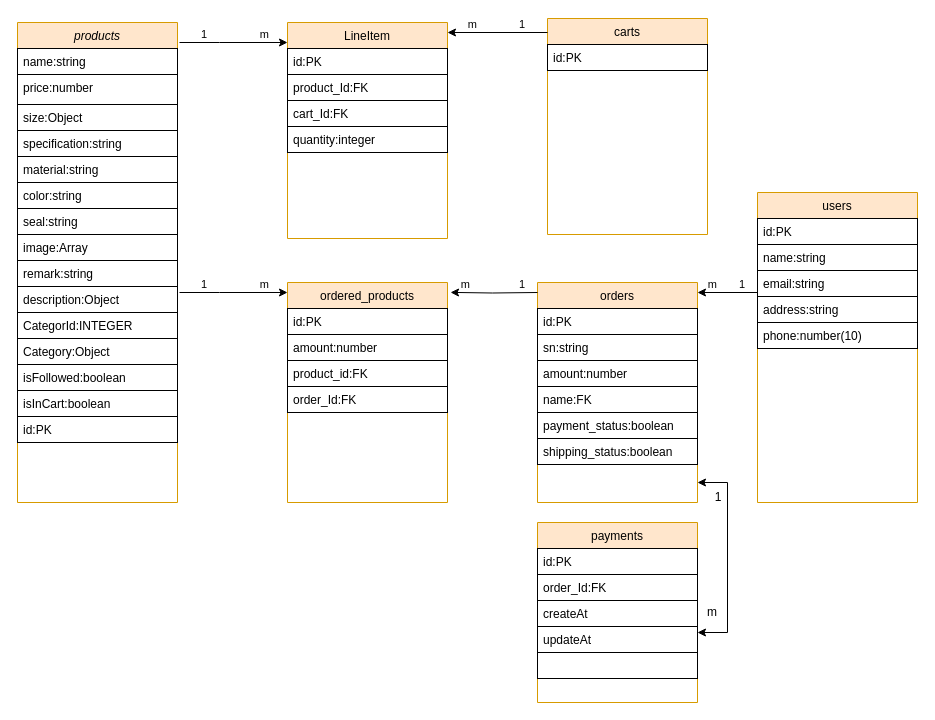
iita71737/xxstudiotw-vue keeps this draw.io diagram as public/Untitled Diagram.drawio. Above is the earlier version. Source tidied: cells renumbered, new cells numbered last; positions are measured from the earlier drawing's top-left corner, leaving out a move shared by most shapes. Both pictures are drawn from the tidied source at 100%, with x=0, y=0 at pixel (17, 18).
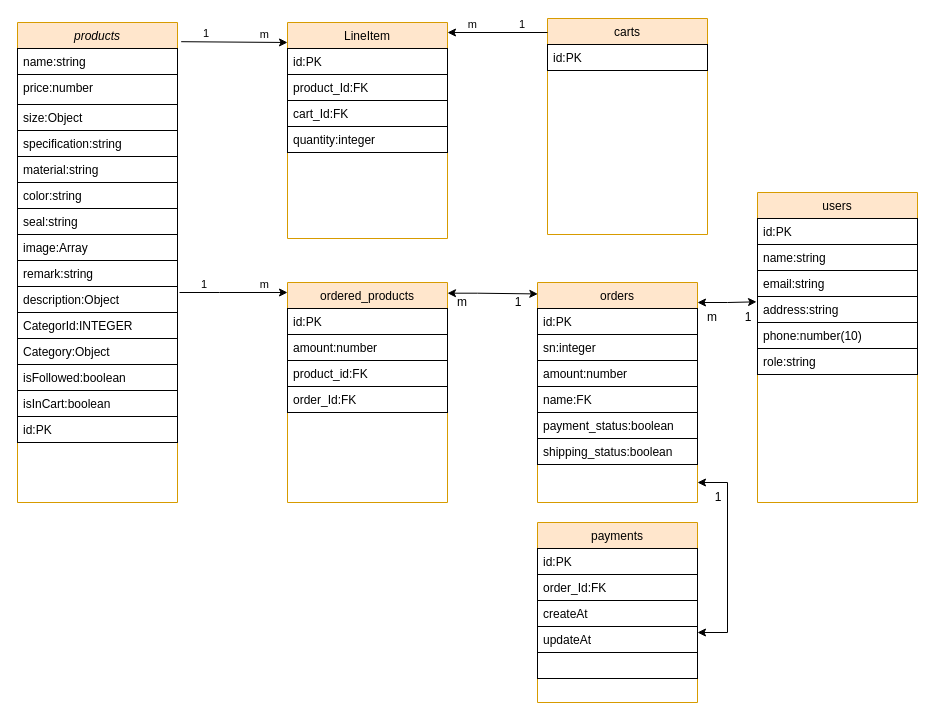
After the change.

Unchanged cells that the change refers to:
```xml
<mxCell id="2" value="products" style="swimlane;fontStyle=2;align=center;verticalAlign=top;horizontal=1;startSize=26;rounded=0;shadow=0;strokeWidth=1;fillColor=#ffe6cc;strokeColor=#d79b00;" parent="1" vertex="1">
  <mxGeometry y="4" width="160" height="480" as="geometry" />
</mxCell>
<mxCell id="18" value="orders" style="swimlane;fontStyle=0;align=center;verticalAlign=top;horizontal=1;startSize=26;rounded=0;shadow=0;strokeWidth=1;fillColor=#ffe6cc;strokeColor=#d79b00;" parent="1" vertex="1">
  <mxGeometry x="520" y="264" width="160" height="220" as="geometry" />
</mxCell>
<mxCell id="38" value="ordered_products" style="swimlane;fontStyle=0;align=center;verticalAlign=top;horizontal=1;startSize=26;rounded=0;shadow=0;strokeWidth=1;fillColor=#ffe6cc;strokeColor=#d79b00;" parent="1" vertex="1">
  <mxGeometry x="270" y="264" width="160" height="220" as="geometry" />
</mxCell>
<mxCell id="43" value="users" style="swimlane;fontStyle=0;align=center;verticalAlign=top;horizontal=1;startSize=26;rounded=0;shadow=0;strokeWidth=1;fillColor=#ffe6cc;strokeColor=#d79b00;" parent="1" vertex="1">
  <mxGeometry x="740" y="174" width="160" height="310" as="geometry" />
</mxCell>
<mxCell id="47" value="address:string" style="text;align=left;verticalAlign=top;spacingLeft=4;spacingRight=4;overflow=hidden;points=[[0,0.5],[1,0.5]];portConstraint=eastwest;strokeColor=default;" parent="43" vertex="1">
  <mxGeometry y="104" width="160" height="26" as="geometry" />
</mxCell>
```

The edit, as a diff of the source:
```diff
@@
-    <mxCell id="20" value="sn:string" style="text;align=left;verticalAlign=top;spacingLeft=4;spacingRight=4;overflow=hidden;strokeColor=default;" parent="18" vertex="1">
+    <mxCell id="20" value="sn:integer" style="text;align=left;verticalAlign=top;spacingLeft=4;spacingRight=4;overflow=hidden;strokeColor=default;" parent="18" vertex="1">
       <mxGeometry y="52" width="160" height="26" as="geometry" />
     </mxCell>
@@
-    <mxCell id="32" style="endArrow=classic;html=1;rounded=0;edgeStyle=orthogonalEdgeStyle;" parent="1" edge="1">
+    <mxCell id="32" style="endArrow=classic;html=1;rounded=0;exitX=1.023;exitY=0.04;exitDx=0;exitDy=0;exitPerimeter=0;" parent="1" edge="1" source="2">
       <mxGeometry relative="1" as="geometry">
-        <mxPoint x="162" y="24" as="sourcePoint" />
         <mxPoint x="270" y="24" as="targetPoint" />
-        <Array as="points">
-          <mxPoint x="202" y="24" />
-          <mxPoint x="202" y="24" />
-        </Array>
       </mxGeometry>
     </mxCell>
@@
-    <mxCell id="49" style="endArrow=classic;html=1;rounded=0;edgeStyle=orthogonalEdgeStyle;" parent="1" edge="1">
-      <mxGeometry relative="1" as="geometry">
-        <mxPoint x="740" y="274" as="sourcePoint" />
-        <mxPoint x="680" y="274" as="targetPoint" />
-      </mxGeometry>
-    </mxCell>
-    <mxCell id="50" value="1" style="edgeLabel;html=1;align=left;verticalAlign=bottom;strokeColor=default;" parent="49" vertex="1">
-      <mxGeometry x="-1" relative="1" as="geometry">
-        <mxPoint x="-20" as="offset" />
-      </mxGeometry>
-    </mxCell>
-    <mxCell id="51" value="m" style="edgeLabel;html=1;align=right;verticalAlign=bottom;strokeColor=default;" parent="49" vertex="1">
-      <mxGeometry x="1" relative="1" as="geometry">
-        <mxPoint x="20" as="offset" />
-      </mxGeometry>
-    </mxCell>
-    <mxCell id="52" style="endArrow=classic;html=1;rounded=0;edgeStyle=orthogonalEdgeStyle;entryX=1.019;entryY=0.045;entryDx=0;entryDy=0;entryPerimeter=0;" parent="1" edge="1" target="38">
-      <mxGeometry relative="1" as="geometry">
-        <mxPoint x="520" y="274" as="sourcePoint" />
-      </mxGeometry>
-    </mxCell>
-    <mxCell id="53" value="1" style="edgeLabel;html=1;align=left;verticalAlign=bottom;strokeColor=default;" parent="52" vertex="1">
-      <mxGeometry x="-1" relative="1" as="geometry">
-        <mxPoint x="-20" as="offset" />
-      </mxGeometry>
-    </mxCell>
-    <mxCell id="54" value="m" style="edgeLabel;html=1;align=right;verticalAlign=bottom;strokeColor=default;" parent="52" vertex="1">
-      <mxGeometry x="1" relative="1" as="geometry">
-        <mxPoint x="20" as="offset" />
-      </mxGeometry>
-    </mxCell>
+    <mxCell id="67" value="role:string" style="text;align=left;verticalAlign=top;spacingLeft=4;spacingRight=4;overflow=hidden;strokeColor=default;" parent="43" vertex="1">
+      <mxGeometry y="156" width="160" height="26" as="geometry" />
+    </mxCell>
@@
-    <mxCell id="66" value="m" style="text;html=1;strokeColor=none;fillColor=none;align=center;verticalAlign=middle;whiteSpace=wrap;rounded=0;" parent="1" vertex="1">
-      <mxGeometry x="680" y="584" width="30" height="20" as="geometry" />
-    </mxCell>
+    <mxCell id="68" style="endArrow=classic;startArrow=classic;html=1;rounded=0;sketch=0;sourcePerimeterSpacing=-3;strokeColor=default;edgeStyle=orthogonalEdgeStyle;entryX=-0.006;entryY=0.205;entryDx=0;entryDy=0;entryPerimeter=0;" parent="1" edge="1" target="47">
+      <mxGeometry relative="1" as="geometry">
+        <mxPoint x="680" y="284" as="sourcePoint" />
+        <Array as="points">
+          <mxPoint x="710" y="284" />
+        </Array>
+      </mxGeometry>
+    </mxCell>
+    <mxCell id="69" value="1" style="text;strokeColor=none;fillColor=none;align=center;verticalAlign=middle;rounded=0;whiteSpace=wrap;html=1;" parent="1" vertex="1">
+      <mxGeometry x="730" y="294" height="10" as="geometry" />
+    </mxCell>
+    <mxCell id="70" value="m" style="text;html=1;strokeColor=none;fillColor=none;align=center;verticalAlign=middle;whiteSpace=wrap;rounded=0;" parent="1" vertex="1">
+      <mxGeometry x="430" y="274" width="30" height="20" as="geometry" />
+    </mxCell>
+    <mxCell id="71" style="endArrow=classic;startArrow=classic;html=1;rounded=0;sketch=0;sourcePerimeterSpacing=-3;strokeColor=default;edgeStyle=orthogonalEdgeStyle;entryX=0.002;entryY=0.052;entryDx=0;entryDy=0;entryPerimeter=0;" parent="1" edge="1" target="18">
+      <mxGeometry relative="1" as="geometry">
+        <mxPoint x="430" y="274.7" as="sourcePoint" />
+        <Array as="points">
+          <mxPoint x="460" y="275" />
+        </Array>
+      </mxGeometry>
+    </mxCell>
+    <mxCell id="72" value="m" style="text;html=1;strokeColor=none;fillColor=none;align=center;verticalAlign=middle;whiteSpace=wrap;rounded=0;" parent="1" vertex="1">
+      <mxGeometry x="680" y="289" width="30" height="20" as="geometry" />
+    </mxCell>
+    <mxCell id="73" value="1" style="text;strokeColor=none;fillColor=none;align=center;verticalAlign=middle;rounded=0;whiteSpace=wrap;html=1;" parent="1" vertex="1">
+      <mxGeometry x="500" y="279" height="10" as="geometry" />
+    </mxCell>
```
